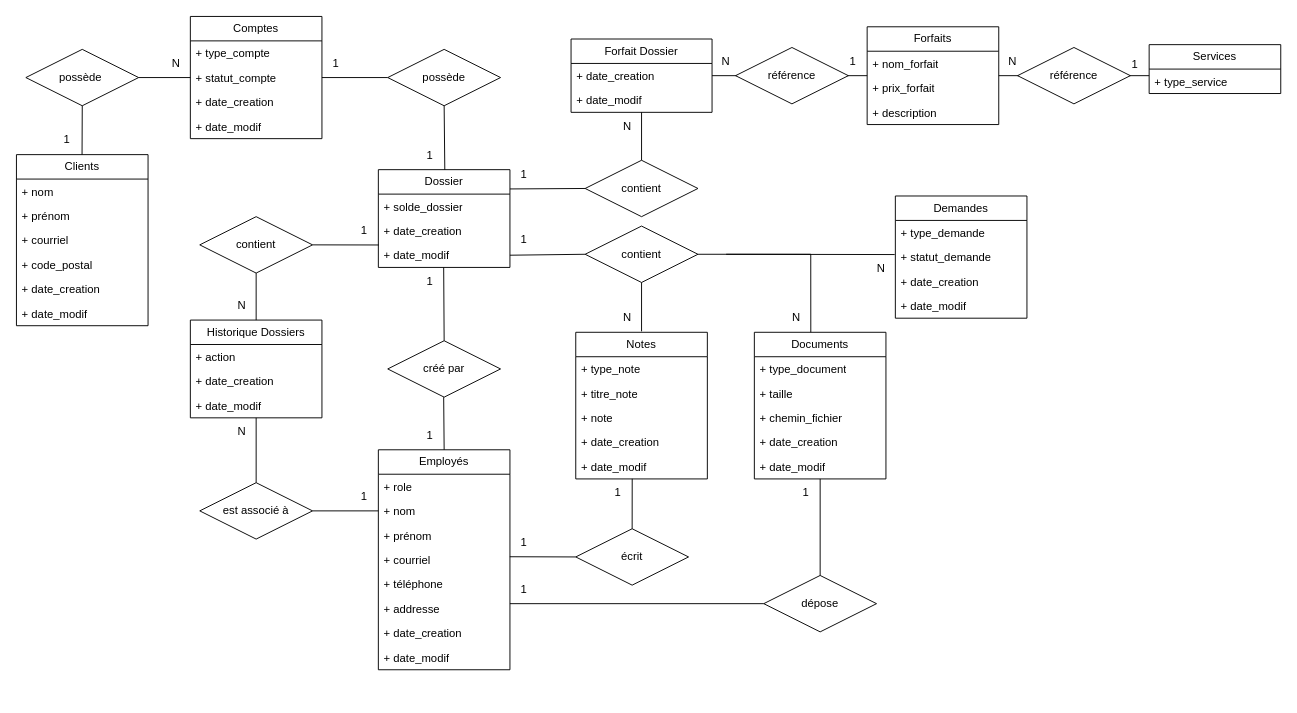
Above: Mandat 1 - Planification/BelleVibe Entité Relation.drawio in JeHudon/BelleVibe (draw.io), before the change. Source tidied: cells renumbered, new cells numbered last; positions are measured from the earlier drawing's top-left corner, leaving out a move shared by most shapes. Both pictures are drawn from the tidied source at 94%, with x=0, y=0 at pixel (16, 16).
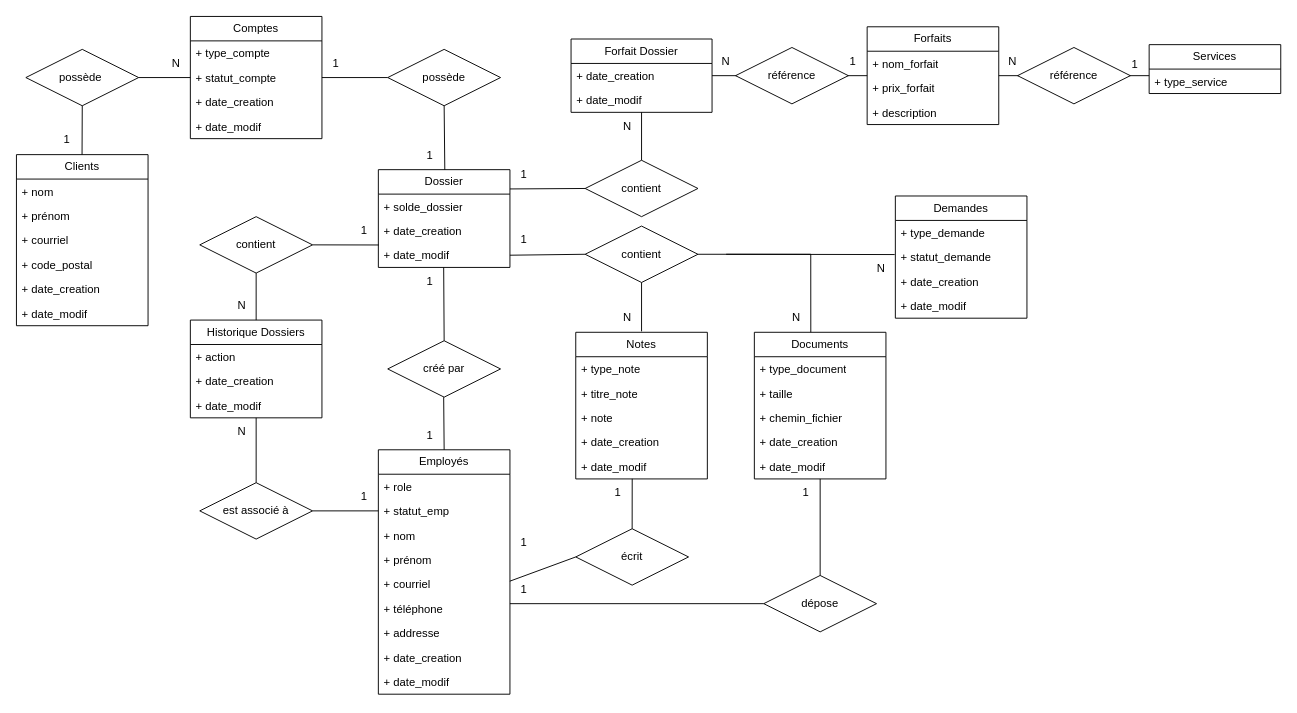
After the change.

Commit message (it also covers changes not shown here):
MODIFICATION APRES MANDAT : ajout statut employé pour pouvoir suspendre

Change to the diagram source:
```diff
@@
     <mxCell id="10" value="Employés" style="swimlane;fontStyle=0;horizontal=1;startSize=26;fillColor=none;whiteSpace=wrap;html=1;" parent="1" vertex="1">
-      <mxGeometry x="385" y="461" width="140" height="234" as="geometry" />
+      <mxGeometry x="385" y="461" width="140" height="260" as="geometry" />
     </mxCell>
@@
+    <mxCell id="114" value="+ statut_emp" style="text;strokeColor=none;fillColor=none;align=left;verticalAlign=top;spacingLeft=4;spacingRight=4;overflow=hidden;whiteSpace=wrap;html=1;" parent="10" vertex="1">
+      <mxGeometry y="52" width="140" height="26" as="geometry" />
+    </mxCell>
     <mxCell id="12" value="+ nom&amp;nbsp;" style="text;strokeColor=none;fillColor=none;align=left;verticalAlign=top;spacingLeft=4;spacingRight=4;overflow=hidden;whiteSpace=wrap;html=1;" parent="10" vertex="1">
-      <mxGeometry y="52" width="140" height="26" as="geometry" />
+      <mxGeometry y="78" width="140" height="26" as="geometry" />
     </mxCell>
     <mxCell id="13" value="+ prénom&amp;nbsp;" style="text;strokeColor=none;fillColor=none;align=left;verticalAlign=top;spacingLeft=4;spacingRight=4;overflow=hidden;whiteSpace=wrap;html=1;" parent="10" vertex="1">
-      <mxGeometry y="78" width="140" height="26" as="geometry" />
+      <mxGeometry y="104" width="140" height="26" as="geometry" />
     </mxCell>
     <mxCell id="14" value="+ courriel" style="text;strokeColor=none;fillColor=none;align=left;verticalAlign=top;spacingLeft=4;spacingRight=4;overflow=hidden;points=[[0,0.5],[1,0.5]];portConstraint=eastwest;whiteSpace=wrap;html=1;" parent="10" vertex="1">
-      <mxGeometry y="104" width="140" height="26" as="geometry" />
+      <mxGeometry y="130" width="140" height="26" as="geometry" />
     </mxCell>
     <mxCell id="15" value="+ téléphone" style="text;strokeColor=none;fillColor=none;align=left;verticalAlign=top;spacingLeft=4;spacingRight=4;overflow=hidden;whiteSpace=wrap;html=1;" parent="10" vertex="1">
-      <mxGeometry y="130" width="140" height="26" as="geometry" />
+      <mxGeometry y="156" width="140" height="26" as="geometry" />
     </mxCell>
     <mxCell id="16" value="+ addresse&amp;nbsp;" style="text;strokeColor=none;fillColor=none;align=left;verticalAlign=top;spacingLeft=4;spacingRight=4;overflow=hidden;whiteSpace=wrap;html=1;" parent="10" vertex="1">
-      <mxGeometry y="156" width="140" height="26" as="geometry" />
+      <mxGeometry y="182" width="140" height="26" as="geometry" />
     </mxCell>
     <mxCell id="17" value="+ date_creation&lt;div&gt;&lt;br&gt;&lt;/div&gt;" style="text;strokeColor=none;fillColor=none;align=left;verticalAlign=top;spacingLeft=4;spacingRight=4;overflow=hidden;whiteSpace=wrap;html=1;" parent="10" vertex="1">
-      <mxGeometry y="182" width="140" height="26" as="geometry" />
+      <mxGeometry y="208" width="140" height="26" as="geometry" />
     </mxCell>
     <mxCell id="18" value="+ date_modif" style="text;strokeColor=none;fillColor=none;align=left;verticalAlign=top;spacingLeft=4;spacingRight=4;overflow=hidden;whiteSpace=wrap;html=1;" parent="10" vertex="1">
-      <mxGeometry y="208" width="140" height="26" as="geometry" />
+      <mxGeometry y="234" width="140" height="26" as="geometry" />
     </mxCell>
```
